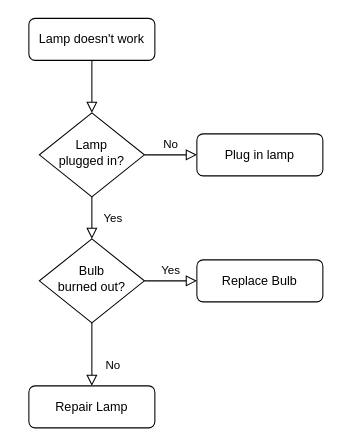
Before: Untitled Diagram.drawio in rdondero/tigermatch, a draw.io diagram. Source tidied: cells renumbered, new cells numbered last; positions are measured from the earlier drawing's top-left corner, leaving out a move shared by most shapes. Both pictures are drawn from the tidied source at 105%, with x=0, y=0 at pixel (28, 18).
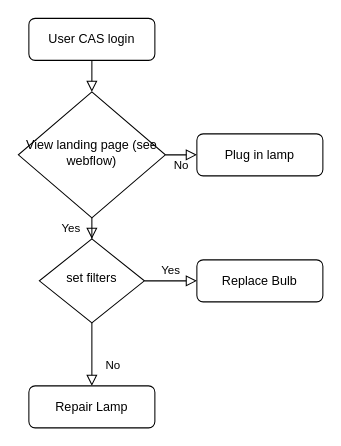
The same diagram, later.

Change to the diagram source:
```diff
@@
 <mxGraphModel>
   <root>
     <mxCell id="0" />
     <mxCell id="1" parent="0" />
     <mxCell id="2" style="rounded=0;html=1;jettySize=auto;fontSize=11;endArrow=block;endFill=0;endSize=8;strokeWidth=1;shadow=0;labelBackgroundColor=none;edgeStyle=orthogonalEdgeStyle;" parent="1" edge="1" source="3" target="6">
       <mxGeometry relative="1" as="geometry" />
     </mxCell>
-    <mxCell id="3" value="Lamp doesn't work" style="rounded=1;whiteSpace=wrap;html=1;fontSize=12;glass=0;strokeWidth=1;shadow=0;" parent="1" vertex="1">
+    <mxCell id="3" value="User CAS login" style="rounded=1;whiteSpace=wrap;html=1;fontSize=12;glass=0;strokeWidth=1;shadow=0;" parent="1" vertex="1">
       <mxGeometry width="120" height="40" as="geometry" />
     </mxCell>
     <mxCell id="4" value="Yes" style="rounded=0;html=1;jettySize=auto;fontSize=11;endArrow=block;endFill=0;endSize=8;strokeWidth=1;shadow=0;labelBackgroundColor=none;edgeStyle=orthogonalEdgeStyle;" parent="1" edge="1" source="6" target="10">
       <mxGeometry y="20" relative="1" as="geometry" />
     </mxCell>
     <mxCell id="5" value="No" style="edgeStyle=orthogonalEdgeStyle;rounded=0;html=1;jettySize=auto;fontSize=11;endArrow=block;endFill=0;endSize=8;strokeWidth=1;shadow=0;labelBackgroundColor=none;" parent="1" edge="1" source="6" target="7">
       <mxGeometry y="10" relative="1" as="geometry" />
     </mxCell>
-    <mxCell id="6" value="Lamp&lt;br&gt;plugged in?" style="rhombus;whiteSpace=wrap;html=1;shadow=0;fontFamily=Helvetica;fontSize=12;align=center;strokeWidth=1;spacing=6;spacingTop=-4;" parent="1" vertex="1">
-      <mxGeometry x="10" y="90" width="100" height="80" as="geometry" />
+    <mxCell id="6" value="View landing page (see webflow)" style="rhombus;whiteSpace=wrap;html=1;shadow=0;fontFamily=Helvetica;fontSize=12;align=center;strokeWidth=1;spacing=6;spacingTop=-4;" parent="1" vertex="1">
+      <mxGeometry x="-10" y="70" width="140" height="120" as="geometry" />
     </mxCell>
     <mxCell id="7" value="Plug in lamp" style="rounded=1;whiteSpace=wrap;html=1;fontSize=12;glass=0;strokeWidth=1;shadow=0;" parent="1" vertex="1">
       <mxGeometry x="160" y="110" width="120" height="40" as="geometry" />
     </mxCell>
     <mxCell id="8" value="No" style="rounded=0;html=1;jettySize=auto;fontSize=11;endArrow=block;endFill=0;endSize=8;strokeWidth=1;shadow=0;labelBackgroundColor=none;edgeStyle=orthogonalEdgeStyle;" parent="1" edge="1" source="10" target="11">
       <mxGeometry x="0.33" y="20" relative="1" as="geometry" />
     </mxCell>
     <mxCell id="9" value="Yes" style="edgeStyle=orthogonalEdgeStyle;rounded=0;html=1;jettySize=auto;fontSize=11;endArrow=block;endFill=0;endSize=8;strokeWidth=1;shadow=0;labelBackgroundColor=none;" parent="1" edge="1" source="10" target="12">
       <mxGeometry y="10" relative="1" as="geometry" />
     </mxCell>
-    <mxCell id="10" value="Bulb&lt;br&gt;burned out?" style="rhombus;whiteSpace=wrap;html=1;shadow=0;fontFamily=Helvetica;fontSize=12;align=center;strokeWidth=1;spacing=6;spacingTop=-4;" parent="1" vertex="1">
+    <mxCell id="10" value="set filters" style="rhombus;whiteSpace=wrap;html=1;shadow=0;fontFamily=Helvetica;fontSize=12;align=center;strokeWidth=1;spacing=6;spacingTop=-4;" parent="1" vertex="1">
       <mxGeometry x="10" y="210" width="100" height="80" as="geometry" />
     </mxCell>
     <mxCell id="11" value="Repair Lamp" style="rounded=1;whiteSpace=wrap;html=1;fontSize=12;glass=0;strokeWidth=1;shadow=0;" parent="1" vertex="1">
       <mxGeometry y="350" width="120" height="40" as="geometry" />
     </mxCell>
     <mxCell id="12" value="Replace Bulb" style="rounded=1;whiteSpace=wrap;html=1;fontSize=12;glass=0;strokeWidth=1;shadow=0;" parent="1" vertex="1">
       <mxGeometry x="160" y="230" width="120" height="40" as="geometry" />
     </mxCell>
   </root>
 </mxGraphModel>
```
